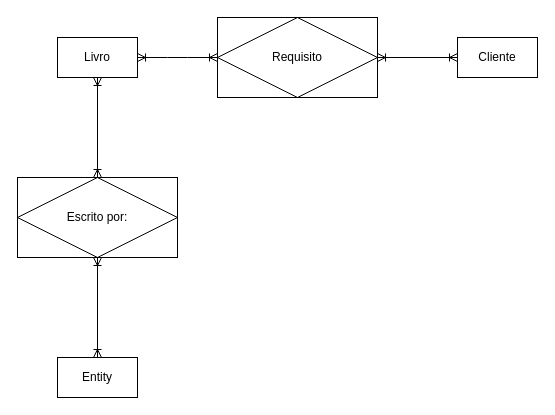
Before: Bases_de_Dados/DB_aula1_ex1.drawio in G-Man27/portfolio-CESAE, a draw.io diagram. Source tidied: cells renumbered, new cells numbered last; positions are measured from the earlier drawing's top-left corner, leaving out a move shared by most shapes. Both pictures are drawn from the tidied source at 100%, with x=0, y=0 at pixel (17, 17).
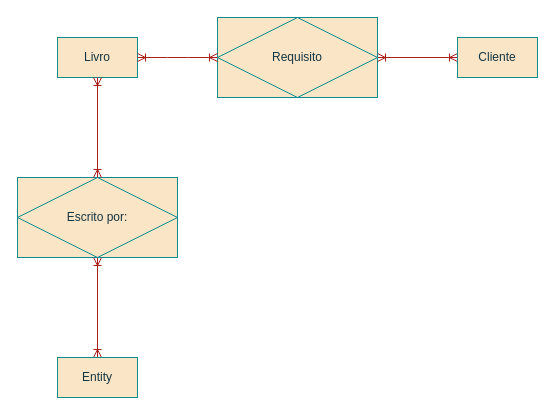
The same diagram, later.

The edit, as a diff of the source:
```diff
@@
 <mxGraphModel>
   <root>
     <mxCell id="0" />
     <mxCell id="1" parent="0" />
-    <mxCell id="2" style="edgeStyle=orthogonalEdgeStyle;rounded=0;orthogonalLoop=1;jettySize=auto;html=1;exitX=0.5;exitY=1;exitDx=0;exitDy=0;entryX=0.5;entryY=1;entryDx=0;entryDy=0;" parent="1" edge="1" source="3" target="3">
+    <mxCell id="2" style="edgeStyle=orthogonalEdgeStyle;rounded=0;orthogonalLoop=1;jettySize=auto;html=1;exitX=0.5;exitY=1;exitDx=0;exitDy=0;entryX=0.5;entryY=1;entryDx=0;entryDy=0;labelBackgroundColor=none;strokeColor=#A8201A;fontColor=default;" parent="1" edge="1" source="3" target="3">
       <mxGeometry relative="1" as="geometry" />
     </mxCell>
-    <mxCell id="3" value="Livro" style="whiteSpace=wrap;html=1;align=center;" parent="1" vertex="1">
+    <mxCell id="3" value="Livro" style="whiteSpace=wrap;html=1;align=center;labelBackgroundColor=none;fillColor=#FAE5C7;strokeColor=#0F8B8D;fontColor=#143642;" parent="1" vertex="1">
       <mxGeometry x="40" y="20" width="80" height="40" as="geometry" />
     </mxCell>
-    <mxCell id="4" style="edgeStyle=orthogonalEdgeStyle;rounded=0;jettySize=auto;html=1;exitX=1;exitY=0.5;exitDx=0;exitDy=0;entryX=0;entryY=0.5;entryDx=0;entryDy=0;startArrow=ERoneToMany;startFill=0;endArrow=ERoneToMany;endFill=0;" parent="1" edge="1" source="5" target="6">
+    <mxCell id="4" style="edgeStyle=orthogonalEdgeStyle;rounded=0;jettySize=auto;html=1;exitX=1;exitY=0.5;exitDx=0;exitDy=0;entryX=0;entryY=0.5;entryDx=0;entryDy=0;startArrow=ERoneToMany;startFill=0;endArrow=ERoneToMany;endFill=0;labelBackgroundColor=none;strokeColor=#A8201A;fontColor=default;" parent="1" edge="1" source="5" target="6">
       <mxGeometry relative="1" as="geometry" />
     </mxCell>
-    <mxCell id="5" value="Requisito" style="shape=associativeEntity;whiteSpace=wrap;html=1;align=center;" parent="1" vertex="1">
+    <mxCell id="5" value="Requisito" style="shape=associativeEntity;whiteSpace=wrap;html=1;align=center;labelBackgroundColor=none;fillColor=#FAE5C7;strokeColor=#0F8B8D;fontColor=#143642;" parent="1" vertex="1">
       <mxGeometry x="200" width="160" height="80" as="geometry" />
     </mxCell>
-    <mxCell id="6" value="Cliente" style="whiteSpace=wrap;html=1;align=center;" parent="1" vertex="1">
+    <mxCell id="6" value="Cliente" style="whiteSpace=wrap;html=1;align=center;labelBackgroundColor=none;fillColor=#FAE5C7;strokeColor=#0F8B8D;fontColor=#143642;" parent="1" vertex="1">
       <mxGeometry x="440" y="20" width="80" height="40" as="geometry" />
     </mxCell>
-    <mxCell id="7" style="edgeStyle=orthogonalEdgeStyle;rounded=0;jettySize=auto;html=1;exitX=0.5;exitY=1;exitDx=0;exitDy=0;startArrow=ERoneToMany;startFill=0;endArrow=ERoneToMany;endFill=0;" parent="1" edge="1" source="8" target="9">
+    <mxCell id="7" style="edgeStyle=orthogonalEdgeStyle;rounded=0;jettySize=auto;html=1;exitX=0.5;exitY=1;exitDx=0;exitDy=0;startArrow=ERoneToMany;startFill=0;endArrow=ERoneToMany;endFill=0;labelBackgroundColor=none;strokeColor=#A8201A;fontColor=default;" parent="1" edge="1" source="8" target="9">
       <mxGeometry relative="1" as="geometry" />
     </mxCell>
-    <mxCell id="8" value="Escrito por:" style="shape=associativeEntity;whiteSpace=wrap;html=1;align=center;" parent="1" vertex="1">
+    <mxCell id="8" value="Escrito por:" style="shape=associativeEntity;whiteSpace=wrap;html=1;align=center;labelBackgroundColor=none;fillColor=#FAE5C7;strokeColor=#0F8B8D;fontColor=#143642;" parent="1" vertex="1">
       <mxGeometry y="160" width="160" height="80" as="geometry" />
     </mxCell>
-    <mxCell id="9" value="Entity" style="whiteSpace=wrap;html=1;align=center;" parent="1" vertex="1">
+    <mxCell id="9" value="Entity" style="whiteSpace=wrap;html=1;align=center;labelBackgroundColor=none;fillColor=#FAE5C7;strokeColor=#0F8B8D;fontColor=#143642;" parent="1" vertex="1">
       <mxGeometry x="40" y="340" width="80" height="40" as="geometry" />
     </mxCell>
-    <mxCell id="10" style="edgeStyle=entityRelationEdgeStyle;fontSize=12;html=1;endArrow=ERoneToMany;startArrow=ERoneToMany;rounded=0;entryX=0;entryY=0.5;entryDx=0;entryDy=0;" parent="1" edge="1" source="3" target="5">
+    <mxCell id="10" style="edgeStyle=entityRelationEdgeStyle;fontSize=12;html=1;endArrow=ERoneToMany;startArrow=ERoneToMany;rounded=0;entryX=0;entryY=0.5;entryDx=0;entryDy=0;labelBackgroundColor=none;strokeColor=#A8201A;fontColor=default;" parent="1" edge="1" source="3" target="5">
       <mxGeometry relative="1" as="geometry">
         <Array as="points">
           <mxPoint x="400" y="250" />
           <mxPoint x="320" y="170" />
           <mxPoint x="360" y="220" />
         </Array>
       </mxGeometry>
     </mxCell>
-    <mxCell id="11" style="fontSize=12;html=1;endArrow=ERoneToMany;startArrow=ERoneToMany;rounded=0;entryX=0.5;entryY=1;entryDx=0;entryDy=0;exitX=0.5;exitY=0;exitDx=0;exitDy=0;" parent="1" edge="1" source="8" target="3">
+    <mxCell id="11" style="fontSize=12;html=1;endArrow=ERoneToMany;startArrow=ERoneToMany;rounded=0;entryX=0.5;entryY=1;entryDx=0;entryDy=0;exitX=0.5;exitY=0;exitDx=0;exitDy=0;labelBackgroundColor=none;strokeColor=#A8201A;fontColor=default;" parent="1" edge="1" source="8" target="3">
       <mxGeometry relative="1" as="geometry" />
     </mxCell>
   </root>
 </mxGraphModel>
```
